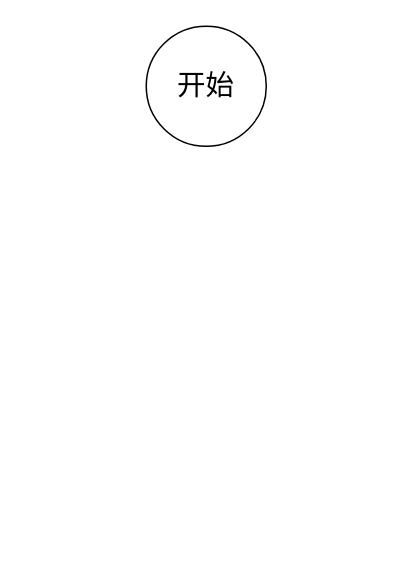
Before: 相机自检时固件升级.drawio in Jev0987/drawioFile, a draw.io diagram. Source tidied: cells renumbered, new cells numbered last; positions are measured from the earlier drawing's top-left corner, leaving out a move shared by most shapes. Both pictures are drawn from the tidied source at 150%, with x=0, y=0 at pixel (146, 26).
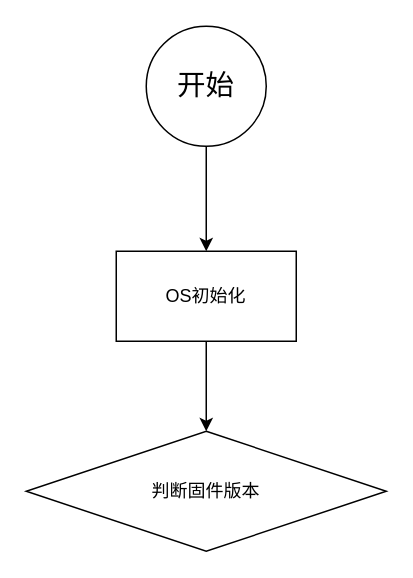
The same page after the edit.

Commit message (it also covers changes not shown here):
更新相机自检时固件升级.drawio

Change to the diagram source:
```diff
@@
 <mxGraphModel>
   <root>
     <mxCell id="0" />
     <mxCell id="1" parent="0" />
+    <mxCell id="3" style="edgeStyle=orthogonalEdgeStyle;rounded=0;jettySize=auto;html=1;" parent="1" edge="1" source="2" target="4">
+      <mxGeometry relative="1" as="geometry" />
+    </mxCell>
     <mxCell id="2" value="&lt;font style=&quot;font-size: 19px;&quot;&gt;开始&lt;/font&gt;" style="ellipse;whiteSpace=wrap;html=1;" parent="1" vertex="1">
       <mxGeometry width="80" height="80" as="geometry" />
     </mxCell>
+    <mxCell id="4" value="OS初始化" style="whiteSpace=wrap;html=1;" parent="1" vertex="1">
+      <mxGeometry x="-20" y="150" width="120" height="60" as="geometry" />
+    </mxCell>
+    <mxCell id="5" style="edgeStyle=orthogonalEdgeStyle;rounded=0;jettySize=auto;html=1;exitX=0.5;exitY=1;exitDx=0;exitDy=0;" parent="1" edge="1" source="4" target="6">
+      <mxGeometry relative="1" as="geometry" />
+    </mxCell>
+    <mxCell id="6" value="判断固件版本" style="rhombus;whiteSpace=wrap;html=1;" parent="1" vertex="1">
+      <mxGeometry x="-80" y="270" width="240" height="80" as="geometry" />
+    </mxCell>
   </root>
 </mxGraphModel>
```
